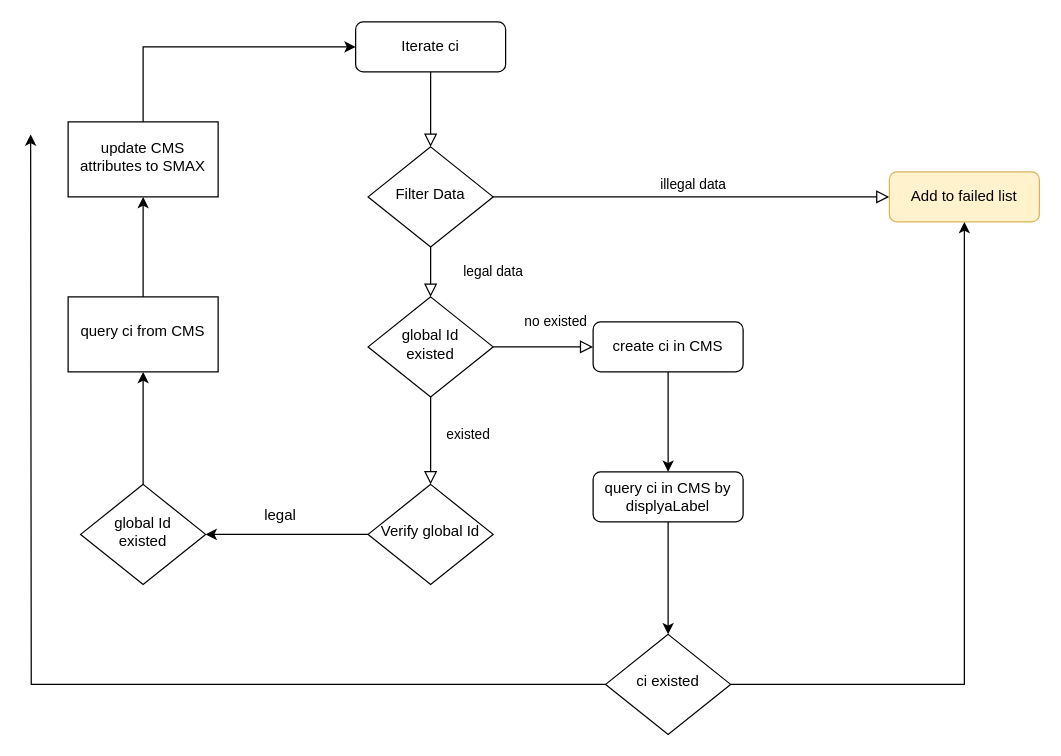
This is 未命名绘图.drawio from Skylar-shanghai/diagrams, a draw.io file, before an edit. Source tidied: cells renumbered, new cells numbered last; positions are measured from the earlier drawing's top-left corner, leaving out a move shared by most shapes. Both pictures are drawn from the tidied source at 125%, with x=0, y=0 at pixel (30, 21).
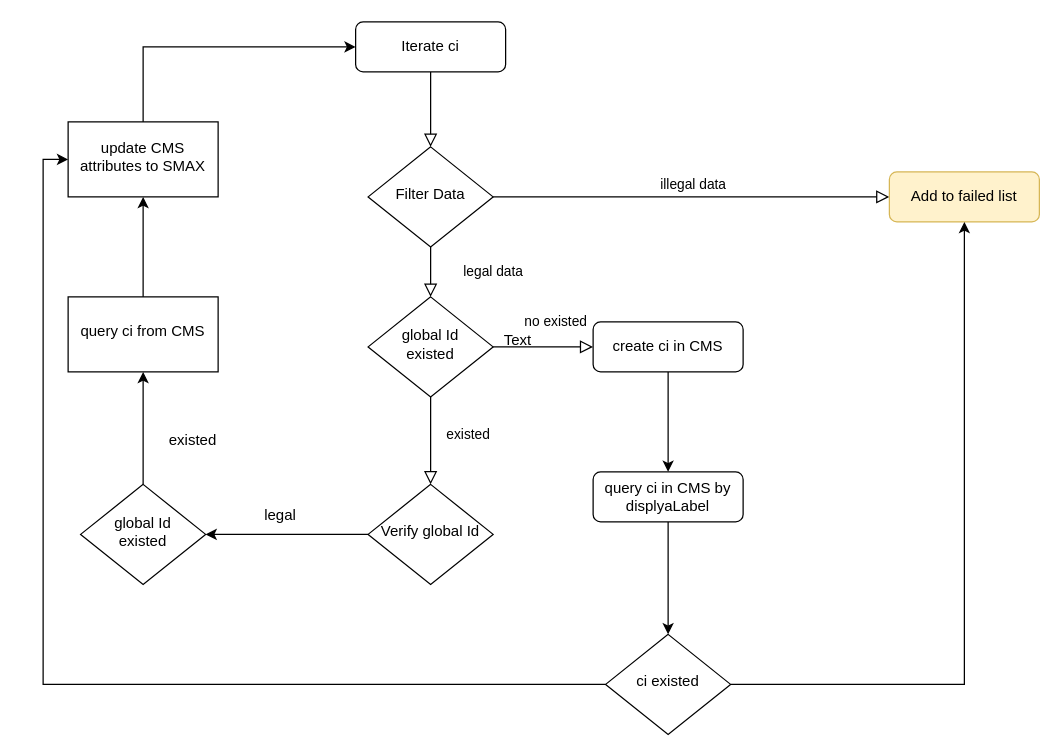
The same diagram, later.

Unchanged cells that the change refers to:
```xml
<mxCell id="18" value="ci existed" style="rhombus;whiteSpace=wrap;html=1;shadow=0;fontFamily=Helvetica;fontSize=12;align=center;strokeWidth=1;spacing=6;spacingTop=-4;" parent="1" vertex="1">
  <mxGeometry x="460" y="490" width="100" height="80" as="geometry" />
</mxCell>
<mxCell id="26" value="update CMS attributes to SMAX" style="whiteSpace=wrap;html=1;shadow=0;strokeWidth=1;spacing=6;spacingTop=-4;" parent="1" vertex="1">
  <mxGeometry x="30" y="80" width="120" height="60" as="geometry" />
</mxCell>
```

The edit, as a diff of the source:
```diff
@@
-    <mxCell id="17" style="edgeStyle=orthogonalEdgeStyle;rounded=0;jettySize=auto;html=1;" parent="1" edge="1" source="18">
-      <mxGeometry relative="1" as="geometry">
-        <mxPoint y="90" as="targetPoint" />
-      </mxGeometry>
+    <mxCell id="17" style="edgeStyle=orthogonalEdgeStyle;rounded=0;jettySize=auto;html=1;entryX=0;entryY=0.5;entryDx=0;entryDy=0;" parent="1" edge="1" source="18" target="26">
+      <mxGeometry relative="1" as="geometry" />
     </mxCell>
@@
+    <mxCell id="27" value="Text" style="text;html=1;strokeColor=none;fillColor=none;align=center;verticalAlign=middle;whiteSpace=wrap;rounded=0;" parent="1" vertex="1">
+      <mxGeometry x="360" y="240" width="60" height="30" as="geometry" />
+    </mxCell>
+    <mxCell id="28" value="existed" style="text;html=1;strokeColor=none;fillColor=none;align=center;verticalAlign=middle;whiteSpace=wrap;rounded=0;" parent="1" vertex="1">
+      <mxGeometry x="100" y="320" width="60" height="30" as="geometry" />
+    </mxCell>
```
